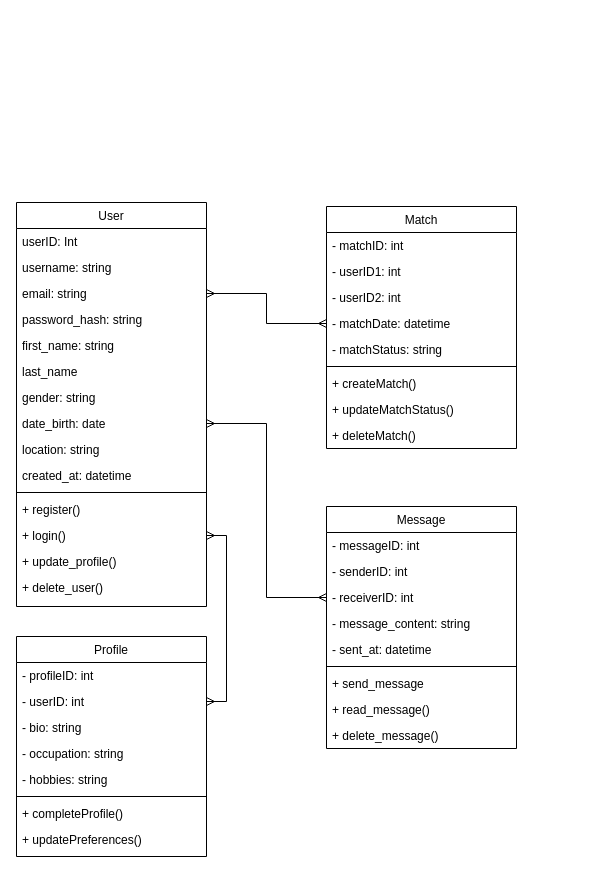
Above: Milestone_2/Classes.drawio in nfunderburgh/CST-451 (draw.io), before the change. Source tidied: cells renumbered, new cells numbered last; positions are measured from the earlier drawing's top-left corner, leaving out a move shared by most shapes. Both pictures are drawn from the tidied source at 100%, with x=0, y=0 at pixel (16, 202).
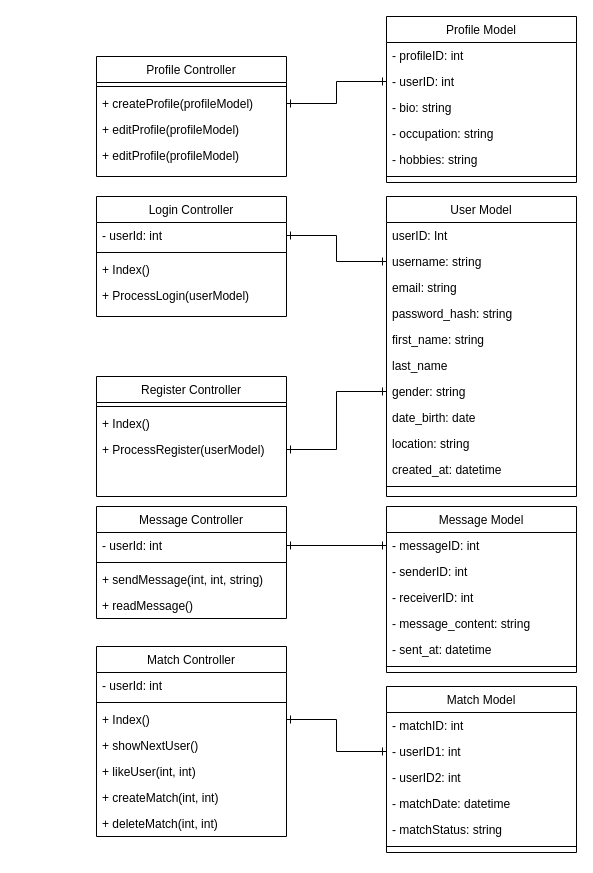
Above is the later version.

Unchanged cells that the change refers to:
```xml
<mxCell id="4" value="username: string" style="text;align=left;verticalAlign=top;spacingLeft=4;spacingRight=4;overflow=hidden;points=[[0,0.5],[1,0.5]];portConstraint=eastwest;rounded=0;shadow=0;html=0;" parent="2" vertex="1">
  <mxGeometry y="52" width="190" height="26" as="geometry" />
</mxCell>
<mxCell id="5" value="email: string" style="text;align=left;verticalAlign=top;spacingLeft=4;spacingRight=4;overflow=hidden;points=[[0,0.5],[1,0.5]];portConstraint=eastwest;rounded=0;shadow=0;html=0;" parent="2" vertex="1">
  <mxGeometry y="78" width="190" height="26" as="geometry" />
</mxCell>
<mxCell id="9" value="gender: string" style="text;align=left;verticalAlign=top;spacingLeft=4;spacingRight=4;overflow=hidden;points=[[0,0.5],[1,0.5]];portConstraint=eastwest;rounded=0;shadow=0;html=0;" parent="2" vertex="1">
  <mxGeometry y="182" width="190" height="26" as="geometry" />
</mxCell>
<mxCell id="10" value="date_birth: date" style="text;align=left;verticalAlign=top;spacingLeft=4;spacingRight=4;overflow=hidden;points=[[0,0.5],[1,0.5]];portConstraint=eastwest;rounded=0;shadow=0;html=0;" parent="2" vertex="1">
  <mxGeometry y="208" width="190" height="26" as="geometry" />
</mxCell>
<mxCell id="20" value="- userID1: int" style="text;align=left;verticalAlign=top;spacingLeft=4;spacingRight=4;overflow=hidden;points=[[0,0.5],[1,0.5]];portConstraint=eastwest;rounded=0;shadow=0;html=0;" parent="18" vertex="1">
  <mxGeometry y="52" width="190" height="26" as="geometry" />
</mxCell>
<mxCell id="22" value="- matchDate: datetime" style="text;align=left;verticalAlign=top;spacingLeft=4;spacingRight=4;overflow=hidden;points=[[0,0.5],[1,0.5]];portConstraint=eastwest;rounded=0;shadow=0;html=0;" parent="18" vertex="1">
  <mxGeometry y="104" width="190" height="26" as="geometry" />
</mxCell>
<mxCell id="29" value="- messageID: int" style="text;align=left;verticalAlign=top;spacingLeft=4;spacingRight=4;overflow=hidden;points=[[0,0.5],[1,0.5]];portConstraint=eastwest;" parent="28" vertex="1">
  <mxGeometry y="26" width="190" height="26" as="geometry" />
</mxCell>
<mxCell id="31" value="- receiverID: int" style="text;align=left;verticalAlign=top;spacingLeft=4;spacingRight=4;overflow=hidden;points=[[0,0.5],[1,0.5]];portConstraint=eastwest;rounded=0;shadow=0;html=0;" parent="28" vertex="1">
  <mxGeometry y="78" width="190" height="26" as="geometry" />
</mxCell>
<mxCell id="40" value="- userID: int" style="text;align=left;verticalAlign=top;spacingLeft=4;spacingRight=4;overflow=hidden;points=[[0,0.5],[1,0.5]];portConstraint=eastwest;rounded=0;shadow=0;html=0;" parent="38" vertex="1">
  <mxGeometry y="52" width="190" height="26" as="geometry" />
</mxCell>
```

The edit, as a diff of the source:
```diff
@@
-    <mxCell id="2" value="User" style="swimlane;fontStyle=0;align=center;verticalAlign=top;horizontal=1;startSize=26;rounded=0;shadow=0;strokeWidth=1;" parent="1" vertex="1">
-      <mxGeometry width="190" height="404" as="geometry" />
+    <mxCell id="2" value="User Model" style="swimlane;fontStyle=0;align=center;verticalAlign=top;horizontal=1;startSize=26;rounded=0;shadow=0;strokeWidth=1;" parent="1" vertex="1">
+      <mxGeometry x="370" y="-6" width="190" height="300" as="geometry" />
     </mxCell>
@@
-    <mxCell id="14" value="+ register()" style="text;align=left;verticalAlign=top;spacingLeft=4;spacingRight=4;overflow=hidden;" parent="2" vertex="1">
-      <mxGeometry y="294" width="190" height="26" as="geometry" />
-    </mxCell>
-    <mxCell id="15" value="+ login()" style="text;align=left;verticalAlign=top;spacingLeft=4;spacingRight=4;overflow=hidden;points=[[0,0.5],[1,0.5]];portConstraint=eastwest;" parent="2" vertex="1">
-      <mxGeometry y="320" width="190" height="26" as="geometry" />
-    </mxCell>
-    <mxCell id="16" value="+ update_profile()" style="text;align=left;verticalAlign=top;spacingLeft=4;spacingRight=4;overflow=hidden;" parent="2" vertex="1">
-      <mxGeometry y="346" width="190" height="26" as="geometry" />
-    </mxCell>
-    <mxCell id="17" value="+ delete_user()" style="text;align=left;verticalAlign=top;spacingLeft=4;spacingRight=4;overflow=hidden;" parent="2" vertex="1">
-      <mxGeometry y="372" width="190" height="26" as="geometry" />
-    </mxCell>
-    <mxCell id="18" value="Match" style="swimlane;fontStyle=0;align=center;verticalAlign=top;horizontal=1;startSize=26;rounded=0;shadow=0;strokeWidth=1;" parent="1" vertex="1">
-      <mxGeometry x="310" y="4" width="190" height="242" as="geometry" />
+    <mxCell id="18" value="Match Model" style="swimlane;fontStyle=0;align=center;verticalAlign=top;horizontal=1;startSize=26;rounded=0;shadow=0;strokeWidth=1;" parent="1" vertex="1">
+      <mxGeometry x="370" y="484" width="190" height="166" as="geometry" />
     </mxCell>
@@
-    <mxCell id="25" value="+ createMatch()" style="text;align=left;verticalAlign=top;spacingLeft=4;spacingRight=4;overflow=hidden;fontStyle=0;" parent="18" vertex="1">
-      <mxGeometry y="164" width="190" height="26" as="geometry" />
-    </mxCell>
-    <mxCell id="26" value="+ updateMatchStatus()" style="text;align=left;verticalAlign=top;spacingLeft=4;spacingRight=4;overflow=hidden;fontStyle=0;" parent="18" vertex="1">
-      <mxGeometry y="190" width="190" height="26" as="geometry" />
-    </mxCell>
-    <mxCell id="27" value="+ deleteMatch()" style="text;align=left;verticalAlign=top;spacingLeft=4;spacingRight=4;overflow=hidden;fontStyle=0;" parent="18" vertex="1">
-      <mxGeometry y="216" width="190" height="26" as="geometry" />
-    </mxCell>
-    <mxCell id="28" value="Message" style="swimlane;fontStyle=0;align=center;verticalAlign=top;horizontal=1;startSize=26;rounded=0;shadow=0;strokeWidth=1;" parent="1" vertex="1">
-      <mxGeometry x="310" y="304" width="190" height="242" as="geometry" />
+    <mxCell id="28" value="Message Model" style="swimlane;fontStyle=0;align=center;verticalAlign=top;horizontal=1;startSize=26;rounded=0;shadow=0;strokeWidth=1;" parent="1" vertex="1">
+      <mxGeometry x="370" y="304" width="190" height="166" as="geometry" />
     </mxCell>
@@
-    <mxCell id="35" value="+ send_message" style="text;align=left;verticalAlign=top;spacingLeft=4;spacingRight=4;overflow=hidden;" parent="28" vertex="1">
-      <mxGeometry y="164" width="190" height="26" as="geometry" />
-    </mxCell>
-    <mxCell id="36" value="+ read_message()" style="text;align=left;verticalAlign=top;spacingLeft=4;spacingRight=4;overflow=hidden;" parent="28" vertex="1">
-      <mxGeometry y="190" width="190" height="26" as="geometry" />
-    </mxCell>
-    <mxCell id="37" value="+ delete_message()" style="text;align=left;verticalAlign=top;spacingLeft=4;spacingRight=4;overflow=hidden;" parent="28" vertex="1">
-      <mxGeometry y="216" width="190" height="26" as="geometry" />
-    </mxCell>
-    <mxCell id="38" value="Profile" style="swimlane;fontStyle=0;align=center;verticalAlign=top;horizontal=1;startSize=26;rounded=0;shadow=0;strokeWidth=1;" parent="1" vertex="1">
-      <mxGeometry y="434" width="190" height="220" as="geometry" />
+    <mxCell id="38" value="Profile Model" style="swimlane;fontStyle=0;align=center;verticalAlign=top;horizontal=1;startSize=26;rounded=0;shadow=0;strokeWidth=1;" parent="1" vertex="1">
+      <mxGeometry x="370" y="-186" width="190" height="166" as="geometry" />
     </mxCell>
@@
-    <mxCell id="45" value="+ completeProfile()" style="text;align=left;verticalAlign=top;spacingLeft=4;spacingRight=4;overflow=hidden;" parent="38" vertex="1">
-      <mxGeometry y="164" width="190" height="26" as="geometry" />
-    </mxCell>
-    <mxCell id="46" value="+ updatePreferences()" style="text;align=left;verticalAlign=top;spacingLeft=4;spacingRight=4;overflow=hidden;" parent="38" vertex="1">
-      <mxGeometry y="190" width="190" height="26" as="geometry" />
-    </mxCell>
-    <mxCell id="47" style="edgeStyle=orthogonalEdgeStyle;rounded=0;jettySize=auto;html=1;exitX=1;exitY=0.5;exitDx=0;exitDy=0;entryX=0;entryY=0.5;entryDx=0;entryDy=0;startArrow=ERmany;startFill=0;endArrow=ERmany;endFill=0;" parent="1" edge="1" source="5" target="22">
-      <mxGeometry relative="1" as="geometry" />
-    </mxCell>
-    <mxCell id="48" style="edgeStyle=orthogonalEdgeStyle;rounded=0;jettySize=auto;html=1;entryX=0;entryY=0.5;entryDx=0;entryDy=0;startArrow=ERmany;startFill=0;endArrow=ERmany;endFill=0;" parent="1" edge="1" source="10" target="31">
-      <mxGeometry relative="1" as="geometry" />
-    </mxCell>
-    <mxCell id="49" style="edgeStyle=orthogonalEdgeStyle;rounded=0;jettySize=auto;html=1;entryX=1;entryY=0.5;entryDx=0;entryDy=0;startArrow=ERmany;startFill=0;endArrow=ERmany;endFill=0;" parent="1" edge="1" source="15" target="40">
-      <mxGeometry relative="1" as="geometry">
-        <Array as="points">
-          <mxPoint x="210" y="333" />
-          <mxPoint x="210" y="499" />
-        </Array>
-      </mxGeometry>
-    </mxCell>
+    <mxCell id="50" value="Login Controller" style="swimlane;fontStyle=0;align=center;verticalAlign=top;horizontal=1;startSize=26;rounded=0;shadow=0;strokeWidth=1;" parent="1" vertex="1">
+      <mxGeometry x="80" y="-6" width="190" height="120" as="geometry" />
+    </mxCell>
+    <mxCell id="51" value="- userId: int" style="text;align=left;verticalAlign=top;spacingLeft=4;spacingRight=4;overflow=hidden;points=[[0,0.5],[1,0.5]];portConstraint=eastwest;rounded=0;shadow=0;html=0;" parent="50" vertex="1">
+      <mxGeometry y="26" width="190" height="26" as="geometry" />
+    </mxCell>
+    <mxCell id="52" style="line;html=1;strokeWidth=1;align=left;verticalAlign=middle;spacingTop=-1;spacingLeft=3;spacingRight=3;labelPosition=right;" parent="50" vertex="1">
+      <mxGeometry y="52" width="190" height="8" as="geometry" />
+    </mxCell>
+    <mxCell id="53" value="+ Index()" style="text;align=left;verticalAlign=top;spacingLeft=4;spacingRight=4;overflow=hidden;fontStyle=0;" parent="50" vertex="1">
+      <mxGeometry y="60" width="190" height="26" as="geometry" />
+    </mxCell>
+    <mxCell id="54" value="+ ProcessLogin(userModel)" style="text;align=left;verticalAlign=top;spacingLeft=4;spacingRight=4;overflow=hidden;fontStyle=0;" parent="50" vertex="1">
+      <mxGeometry y="86" width="190" height="26" as="geometry" />
+    </mxCell>
+    <mxCell id="55" value="Register Controller" style="swimlane;fontStyle=0;align=center;verticalAlign=top;horizontal=1;startSize=26;rounded=0;shadow=0;strokeWidth=1;" parent="1" vertex="1">
+      <mxGeometry x="80" y="174" width="190" height="120" as="geometry" />
+    </mxCell>
+    <mxCell id="56" style="line;html=1;strokeWidth=1;align=left;verticalAlign=middle;spacingTop=-1;spacingLeft=3;spacingRight=3;labelPosition=right;" parent="55" vertex="1">
+      <mxGeometry y="26" width="190" height="8" as="geometry" />
+    </mxCell>
+    <mxCell id="57" value="+ Index()" style="text;align=left;verticalAlign=top;spacingLeft=4;spacingRight=4;overflow=hidden;fontStyle=0;" parent="55" vertex="1">
+      <mxGeometry y="34" width="190" height="26" as="geometry" />
+    </mxCell>
+    <mxCell id="58" value="+ ProcessRegister(userModel)" style="text;align=left;verticalAlign=top;spacingLeft=4;spacingRight=4;overflow=hidden;points=[[0,0.5],[1,0.5]];portConstraint=eastwest;fontStyle=0;" parent="55" vertex="1">
+      <mxGeometry y="60" width="190" height="26" as="geometry" />
+    </mxCell>
+    <mxCell id="59" value="Match Controller" style="swimlane;fontStyle=0;align=center;verticalAlign=top;horizontal=1;startSize=26;rounded=0;shadow=0;strokeWidth=1;" parent="1" vertex="1">
+      <mxGeometry x="80" y="444" width="190" height="190" as="geometry" />
+    </mxCell>
+    <mxCell id="60" value="- userId: int" style="text;align=left;verticalAlign=top;spacingLeft=4;spacingRight=4;overflow=hidden;rounded=0;shadow=0;html=0;" parent="59" vertex="1">
+      <mxGeometry y="26" width="190" height="26" as="geometry" />
+    </mxCell>
+    <mxCell id="61" style="line;html=1;strokeWidth=1;align=left;verticalAlign=middle;spacingTop=-1;spacingLeft=3;spacingRight=3;labelPosition=right;" parent="59" vertex="1">
+      <mxGeometry y="52" width="190" height="8" as="geometry" />
+    </mxCell>
+    <mxCell id="62" value="+ Index()" style="text;align=left;verticalAlign=top;spacingLeft=4;spacingRight=4;overflow=hidden;points=[[0,0.5],[1,0.5]];portConstraint=eastwest;fontStyle=0;" parent="59" vertex="1">
+      <mxGeometry y="60" width="190" height="26" as="geometry" />
+    </mxCell>
+    <mxCell id="63" value="+ showNextUser()" style="text;align=left;verticalAlign=top;spacingLeft=4;spacingRight=4;overflow=hidden;fontStyle=0;" parent="59" vertex="1">
+      <mxGeometry y="86" width="190" height="26" as="geometry" />
+    </mxCell>
+    <mxCell id="64" value="+ likeUser(int, int)" style="text;align=left;verticalAlign=top;spacingLeft=4;spacingRight=4;overflow=hidden;fontStyle=0;" parent="59" vertex="1">
+      <mxGeometry y="112" width="190" height="26" as="geometry" />
+    </mxCell>
+    <mxCell id="65" value="+ createMatch(int, int)" style="text;align=left;verticalAlign=top;spacingLeft=4;spacingRight=4;overflow=hidden;fontStyle=0;" parent="59" vertex="1">
+      <mxGeometry y="138" width="190" height="26" as="geometry" />
+    </mxCell>
+    <mxCell id="66" value="+ deleteMatch(int, int)" style="text;align=left;verticalAlign=top;spacingLeft=4;spacingRight=4;overflow=hidden;fontStyle=0;" parent="59" vertex="1">
+      <mxGeometry y="164" width="190" height="26" as="geometry" />
+    </mxCell>
+    <mxCell id="67" value="Message Controller" style="swimlane;fontStyle=0;align=center;verticalAlign=top;horizontal=1;startSize=26;rounded=0;shadow=0;strokeWidth=1;" parent="1" vertex="1">
+      <mxGeometry x="80" y="304" width="190" height="112" as="geometry" />
+    </mxCell>
+    <mxCell id="68" value="- userId: int" style="text;align=left;verticalAlign=top;spacingLeft=4;spacingRight=4;overflow=hidden;points=[[0,0.5],[1,0.5]];portConstraint=eastwest;rounded=0;shadow=0;html=0;" parent="67" vertex="1">
+      <mxGeometry y="26" width="190" height="26" as="geometry" />
+    </mxCell>
+    <mxCell id="69" style="line;html=1;strokeWidth=1;align=left;verticalAlign=middle;spacingTop=-1;spacingLeft=3;spacingRight=3;labelPosition=right;" parent="67" vertex="1">
+      <mxGeometry y="52" width="190" height="8" as="geometry" />
+    </mxCell>
+    <mxCell id="70" value="+ sendMessage(int, int, string)" style="text;align=left;verticalAlign=top;spacingLeft=4;spacingRight=4;overflow=hidden;fontStyle=0;" parent="67" vertex="1">
+      <mxGeometry y="60" width="190" height="26" as="geometry" />
+    </mxCell>
+    <mxCell id="71" value="+ readMessage()" style="text;align=left;verticalAlign=top;spacingLeft=4;spacingRight=4;overflow=hidden;fontStyle=0;" parent="67" vertex="1">
+      <mxGeometry y="86" width="190" height="26" as="geometry" />
+    </mxCell>
+    <mxCell id="72" value="Profile Controller" style="swimlane;fontStyle=0;align=center;verticalAlign=top;horizontal=1;startSize=26;rounded=0;shadow=0;strokeWidth=1;" parent="1" vertex="1">
+      <mxGeometry x="80" y="-146" width="190" height="120" as="geometry" />
+    </mxCell>
+    <mxCell id="73" style="line;html=1;strokeWidth=1;align=left;verticalAlign=middle;spacingTop=-1;spacingLeft=3;spacingRight=3;labelPosition=right;" parent="72" vertex="1">
+      <mxGeometry y="26" width="190" height="8" as="geometry" />
+    </mxCell>
+    <mxCell id="74" value="+ createProfile(profileModel)" style="text;align=left;verticalAlign=top;spacingLeft=4;spacingRight=4;overflow=hidden;points=[[0,0.5],[1,0.5]];portConstraint=eastwest;fontStyle=0;" parent="72" vertex="1">
+      <mxGeometry y="34" width="190" height="26" as="geometry" />
+    </mxCell>
+    <mxCell id="75" value="+ editProfile(profileModel)" style="text;align=left;verticalAlign=top;spacingLeft=4;spacingRight=4;overflow=hidden;fontStyle=0;" parent="72" vertex="1">
+      <mxGeometry y="60" width="190" height="26" as="geometry" />
+    </mxCell>
+    <mxCell id="76" value="+ editProfile(profileModel)" style="text;align=left;verticalAlign=top;spacingLeft=4;spacingRight=4;overflow=hidden;fontStyle=0;" parent="72" vertex="1">
+      <mxGeometry y="86" width="190" height="26" as="geometry" />
+    </mxCell>
+    <mxCell id="77" style="edgeStyle=orthogonalEdgeStyle;rounded=0;jettySize=auto;html=1;exitX=0;exitY=0.5;exitDx=0;exitDy=0;entryX=1;entryY=0.5;entryDx=0;entryDy=0;startArrow=ERone;startFill=0;endArrow=ERone;endFill=0;" parent="1" edge="1" source="40" target="74">
+      <mxGeometry relative="1" as="geometry" />
+    </mxCell>
+    <mxCell id="78" style="edgeStyle=orthogonalEdgeStyle;rounded=0;jettySize=auto;html=1;startArrow=ERone;startFill=0;endArrow=ERone;endFill=0;" parent="1" edge="1" source="68" target="29">
+      <mxGeometry relative="1" as="geometry" />
+    </mxCell>
+    <mxCell id="79" style="edgeStyle=orthogonalEdgeStyle;rounded=0;jettySize=auto;html=1;entryX=0;entryY=0.5;entryDx=0;entryDy=0;startArrow=ERone;startFill=0;endArrow=ERone;endFill=0;" parent="1" edge="1" source="62" target="20">
+      <mxGeometry relative="1" as="geometry" />
+    </mxCell>
+    <mxCell id="80" style="edgeStyle=orthogonalEdgeStyle;rounded=0;jettySize=auto;html=1;startArrow=ERone;startFill=0;endArrow=ERone;endFill=0;" parent="1" edge="1" source="4" target="51">
+      <mxGeometry relative="1" as="geometry" />
+    </mxCell>
+    <mxCell id="81" style="edgeStyle=orthogonalEdgeStyle;rounded=0;jettySize=auto;html=1;entryX=1;entryY=0.5;entryDx=0;entryDy=0;startArrow=ERone;startFill=0;endArrow=ERone;endFill=0;" parent="1" edge="1" source="9" target="58">
+      <mxGeometry relative="1" as="geometry" />
+    </mxCell>
```
